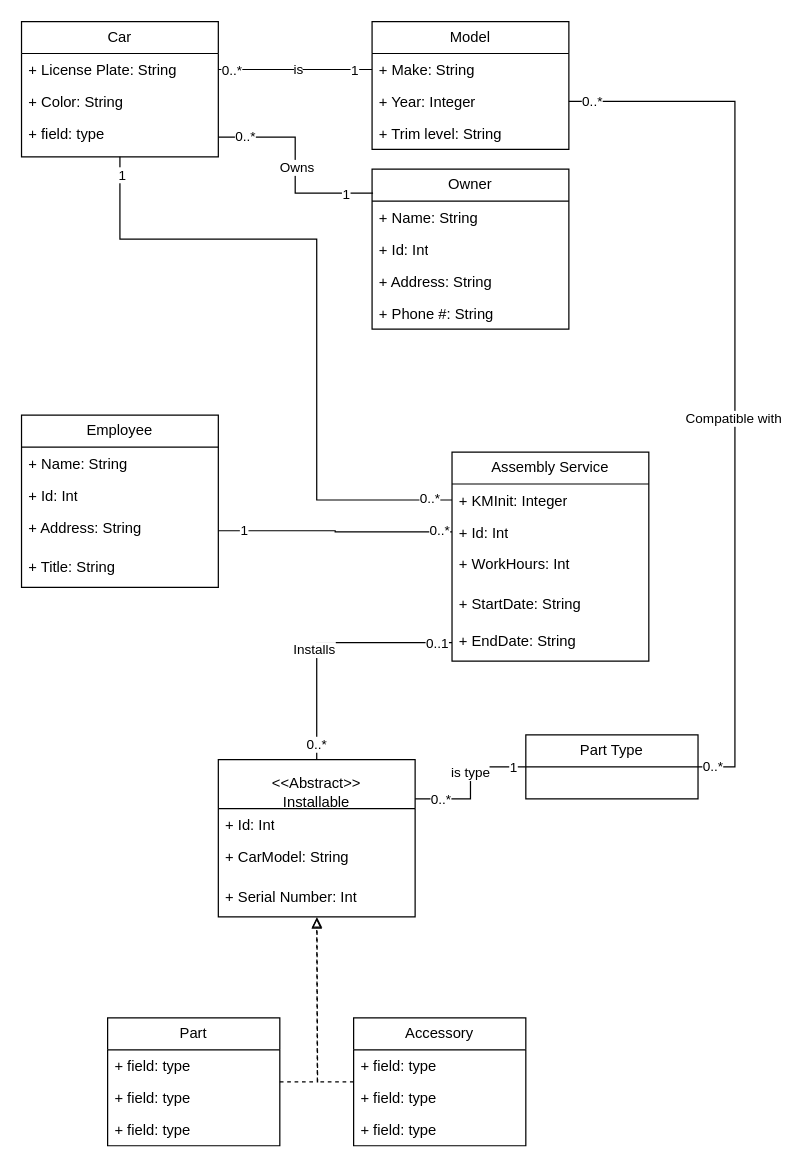
DylanBriSmith/4313Drawings keeps this draw.io diagram as 4314ass1parta.drawio. Above is the earlier version. Source tidied: cells renumbered, new cells numbered last; positions are measured from the earlier drawing's top-left corner, leaving out a move shared by most shapes. Both pictures are drawn from the tidied source at 123%, with x=0, y=0 at pixel (21, 21).
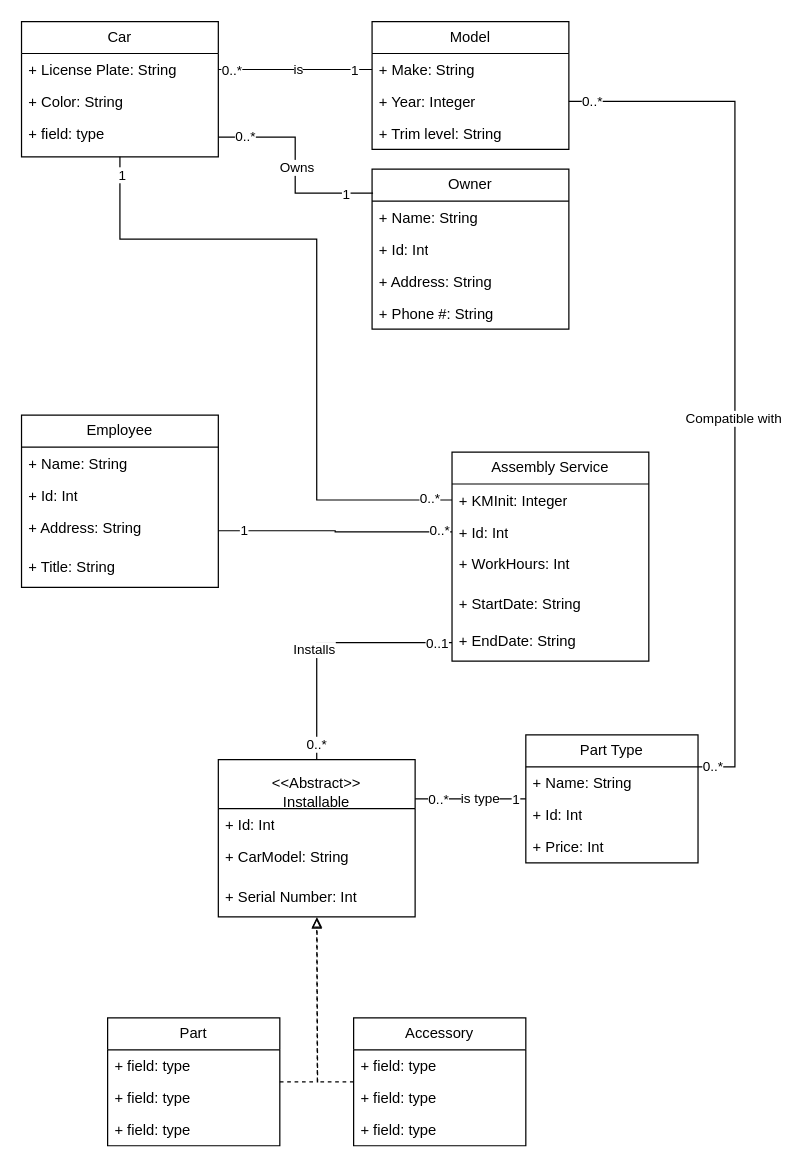
The same page after the edit.

The edit, as a diff of the source:
```diff
@@
     <mxCell id="61" value="Part Type" style="swimlane;fontStyle=0;horizontal=1;startSize=26;fillColor=none;whiteSpace=wrap;html=1;" parent="1" vertex="1">
-      <mxGeometry x="410" y="580" width="140" height="52" as="geometry" />
+      <mxGeometry x="410" y="580" width="140" height="104" as="geometry" />
     </mxCell>
+    <mxCell id="66" value="+ Name: String" style="text;strokeColor=none;fillColor=none;align=left;verticalAlign=top;spacingLeft=4;spacingRight=4;overflow=hidden;whiteSpace=wrap;html=1;" parent="61" vertex="1">
+      <mxGeometry y="26" width="140" height="26" as="geometry" />
+    </mxCell>
+    <mxCell id="67" value="+ Id: Int" style="text;strokeColor=none;fillColor=none;align=left;verticalAlign=top;spacingLeft=4;spacingRight=4;overflow=hidden;whiteSpace=wrap;html=1;" parent="61" vertex="1">
+      <mxGeometry y="52" width="140" height="26" as="geometry" />
+    </mxCell>
+    <mxCell id="68" value="+ Price: Int" style="text;strokeColor=none;fillColor=none;align=left;verticalAlign=top;spacingLeft=4;spacingRight=4;overflow=hidden;whiteSpace=wrap;html=1;" parent="61" vertex="1">
+      <mxGeometry y="78" width="140" height="26" as="geometry" />
+    </mxCell>
```
